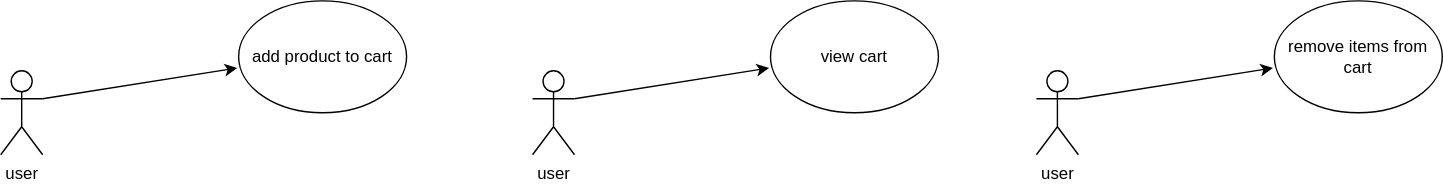
Before: use-case/manage-cart.svg, a diagram exported from draw.io (rd-raven/stirzz-design). Source tidied: cells renumbered, new cells last; positions are measured from the earlier drawing's top-left corner, leaving out a move shared by most shapes.
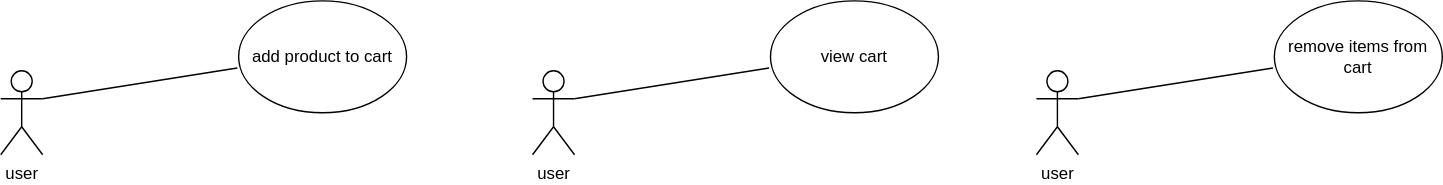
After the commit.

Diff of the diagram source:
```diff
@@ -8,7 +8,7 @@
     <mxCell id="3" value="add product to cart" style="ellipse;whiteSpace=wrap;html=1;" parent="1" vertex="1">
       <mxGeometry x="170" width="120" height="80" as="geometry" />
     </mxCell>
-    <mxCell id="4" style="rounded=0;jettySize=auto;html=1;exitX=1;exitY=0.3333333333333333;exitDx=0;exitDy=0;exitPerimeter=0;entryX=-0.008;entryY=0.6;entryDx=0;entryDy=0;entryPerimeter=0;" parent="1" edge="1" source="2" target="3">
+    <mxCell id="4" style="rounded=0;jettySize=auto;html=1;exitX=1;exitY=0.3333333333333333;exitDx=0;exitDy=0;exitPerimeter=0;entryX=-0.008;entryY=0.6;entryDx=0;entryDy=0;entryPerimeter=0;endArrow=none;endFill=0;" parent="1" edge="1" source="2" target="3">
       <mxGeometry relative="1" as="geometry" />
     </mxCell>
     <mxCell id="5" value="user" style="shape=umlActor;verticalLabelPosition=bottom;verticalAlign=top;html=1;outlineConnect=0;" parent="1" vertex="1">
@@ -17,7 +17,7 @@
     <mxCell id="6" value="view cart" style="ellipse;whiteSpace=wrap;html=1;" parent="1" vertex="1">
       <mxGeometry x="550" width="120" height="80" as="geometry" />
     </mxCell>
-    <mxCell id="7" style="rounded=0;jettySize=auto;html=1;exitX=1;exitY=0.3333333333333333;exitDx=0;exitDy=0;exitPerimeter=0;entryX=-0.008;entryY=0.6;entryDx=0;entryDy=0;entryPerimeter=0;" parent="1" edge="1" source="5" target="6">
+    <mxCell id="7" style="rounded=0;jettySize=auto;html=1;exitX=1;exitY=0.3333333333333333;exitDx=0;exitDy=0;exitPerimeter=0;entryX=-0.008;entryY=0.6;entryDx=0;entryDy=0;entryPerimeter=0;endArrow=none;endFill=0;" parent="1" edge="1" source="5" target="6">
       <mxGeometry relative="1" as="geometry" />
     </mxCell>
     <mxCell id="8" value="user" style="shape=umlActor;verticalLabelPosition=bottom;verticalAlign=top;html=1;outlineConnect=0;" parent="1" vertex="1">
@@ -26,7 +26,7 @@
     <mxCell id="9" value="remove items from cart" style="ellipse;whiteSpace=wrap;html=1;" parent="1" vertex="1">
       <mxGeometry x="910" width="120" height="80" as="geometry" />
     </mxCell>
-    <mxCell id="10" style="rounded=0;jettySize=auto;html=1;exitX=1;exitY=0.3333333333333333;exitDx=0;exitDy=0;exitPerimeter=0;entryX=-0.008;entryY=0.6;entryDx=0;entryDy=0;entryPerimeter=0;" parent="1" edge="1" source="8" target="9">
+    <mxCell id="10" style="rounded=0;jettySize=auto;html=1;exitX=1;exitY=0.3333333333333333;exitDx=0;exitDy=0;exitPerimeter=0;entryX=-0.008;entryY=0.6;entryDx=0;entryDy=0;entryPerimeter=0;endArrow=none;endFill=0;" parent="1" edge="1" source="8" target="9">
       <mxGeometry relative="1" as="geometry" />
     </mxCell>
   </root>
```
